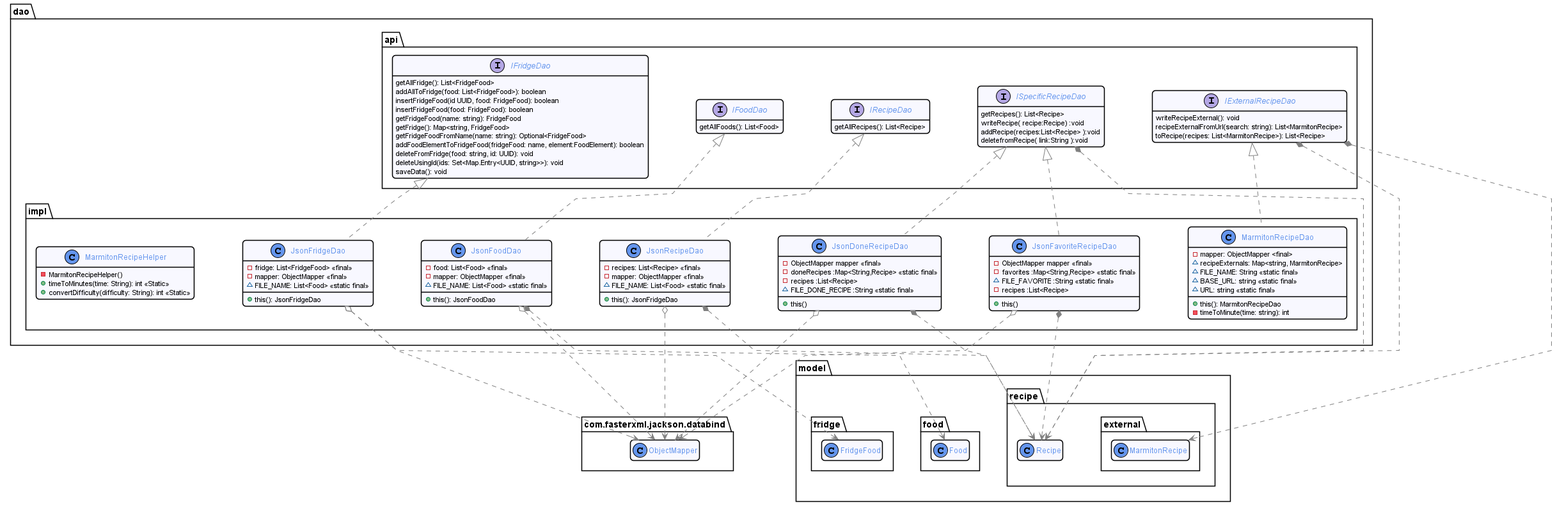
The PlantUML diagram docs/diagram/out/dao.png in romainvacheret/wadge-backend, before a commit.
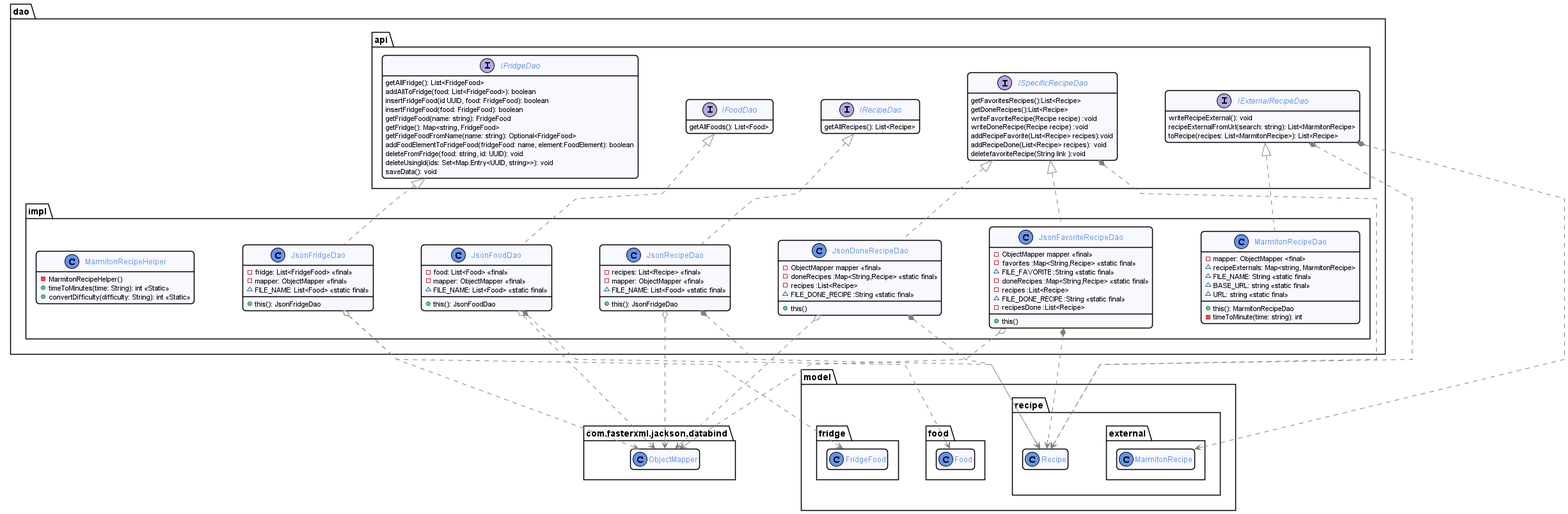
Later version of the same file.

The edit, as a diff of the source:
```diff
@@ -52,10 +52,13 @@
             toRecipe(recipes: List<MarmitonRecipe>): List<Recipe>
         }
         interface ISpecificRecipeDao{
-           getRecipes(): List<Recipe>
-	       writeRecipe( recipe:Recipe) :void
-	       addRecipe(recipes:List<Recipe> ):void
-	       deletefromRecipe( link:String ):void
+           getFavoritesRecipes():List<Recipe>
+          	getDoneRecipes():List<Recipe>
+          	 writeFavoriteRecipe(Recipe recipe) :void
+          	writeDoneRecipe(Recipe recipe) :void
+          	addRecipeFavorite(List<Recipe> recipes):void
+           addRecipeDone(List<Recipe> recipes):	void
+          	deletefavoriteRecipe(String link ):void
         }
     }
 
@@ -94,7 +97,10 @@
             - ObjectMapper mapper << final >>
         	- favorites :Map<String,Recipe> <<static final>>
         	~ FILE_FAVORITE :String <<static final >>
-        	- recipes :List<Recipe>
+        	- doneRecipes :Map<String,Recipe> <<static final>>
+            - recipes :List<Recipe>
+             ~ FILE_DONE_RECIPE :String <<static final >>
+        	- recipesDone :List<Recipe>
         	+ this()
         }
         class JsonDoneRecipeDao implements ISpecificRecipeDao {
```
